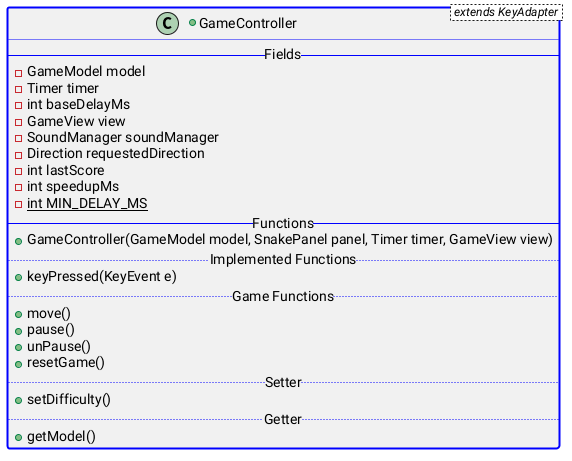
Before: src/main/ClassDiagram/ControllerDiagram.png, a diagram exported from PlantUML (CamerJunker/Snake).
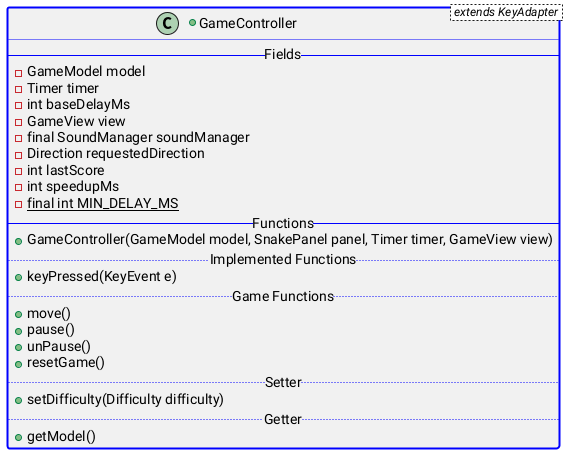
The same diagram one commit later.

What changed in the source:
```diff
@@ -5,11 +5,11 @@
     -Timer timer
     -int baseDelayMs
     -GameView view
-    -SoundManager soundManager
+    -final SoundManager soundManager
     -Direction requestedDirection
     -int lastScore
     -int speedupMs
-    -{static} int MIN_DELAY_MS
+    -{static}final int MIN_DELAY_MS
     -- Functions --
     +GameController(GameModel model, SnakePanel panel, Timer timer, GameView view)
     .. Implemented Functions ..
@@ -20,7 +20,7 @@
     +unPause()
     +resetGame()
     .. Setter ..
-    +setDifficulty()
+    +setDifficulty(Difficulty difficulty)
     .. Getter ..
     +getModel()
 }
```
